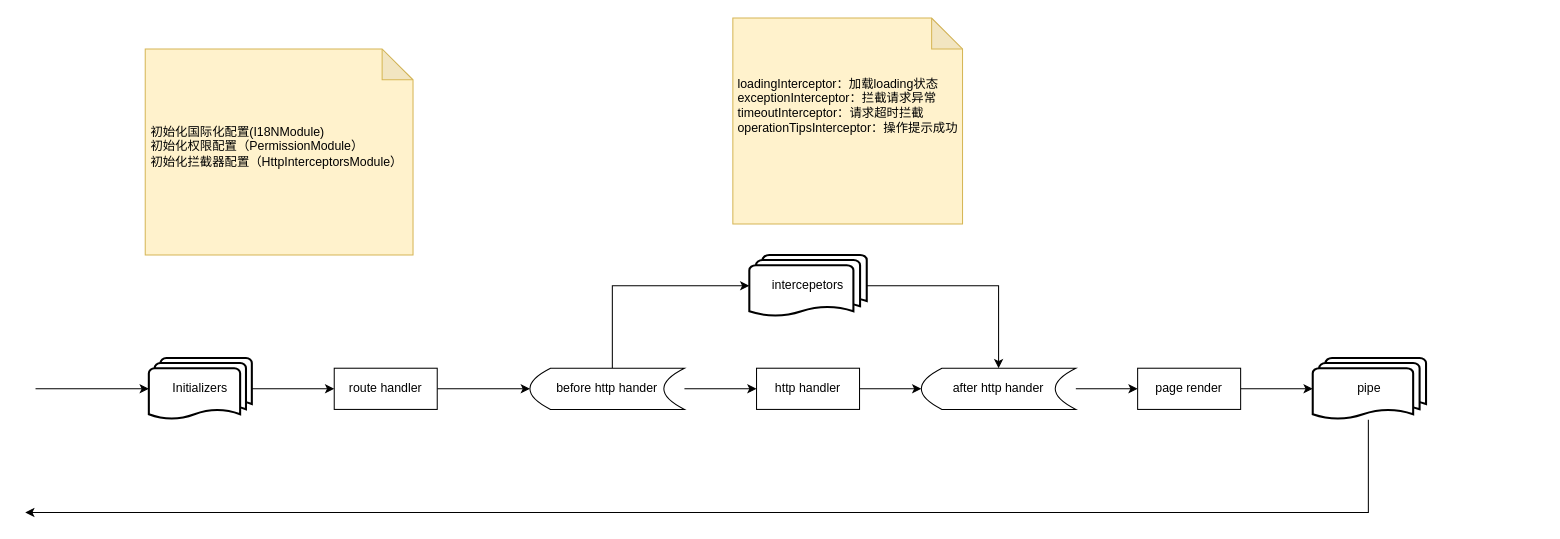
The draw.io diagram src/Untitled Diagram.drawio in soulxy/ng4, before the edit. Source tidied: cells renumbered, new cells numbered last; positions are measured from the earlier drawing's top-left corner, leaving out a move shared by most shapes. Both pictures are drawn from the tidied source at 103%, with x=0, y=0 at pixel (25, 18).
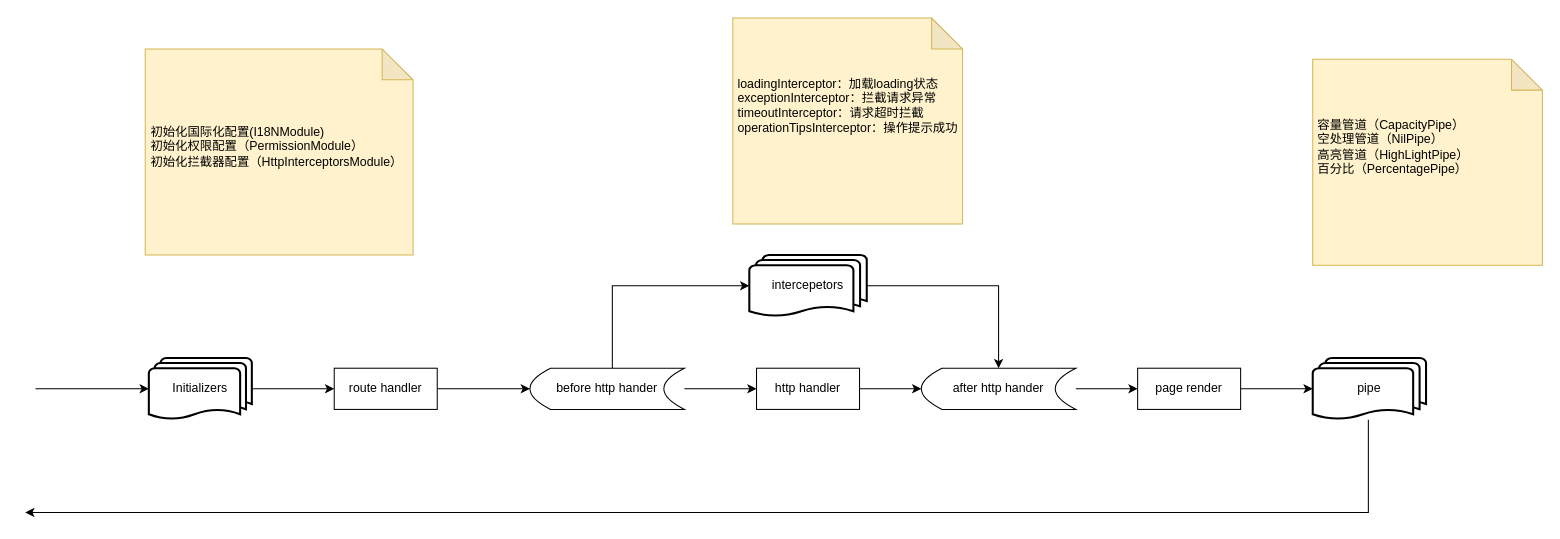
Above is the later version.

Diff of the diagram source:
```diff
@@
+    <mxCell id="24" style="shape=note;whiteSpace=wrap;html=1;backgroundOutline=1;darkOpacity=0.05;align=left;fillColor=#fff2cc;strokeColor=#d6b656;" parent="1" vertex="1">
+      <mxGeometry x="1250" y="40" width="223" height="200" as="geometry" />
+    </mxCell>
+    <mxCell id="25" value="容量管道（CapacityPipe）&lt;br&gt;空处理管道（NilPipe）&lt;br&gt;高亮管道（HighLightPipe）&lt;br&gt;百分比（PercentagePipe）" style="text;html=1;strokeColor=none;fillColor=none;align=left;verticalAlign=middle;whiteSpace=wrap;rounded=0;" parent="1" vertex="1">
+      <mxGeometry x="1253" y="70" width="220" height="110" as="geometry" />
+    </mxCell>
```
